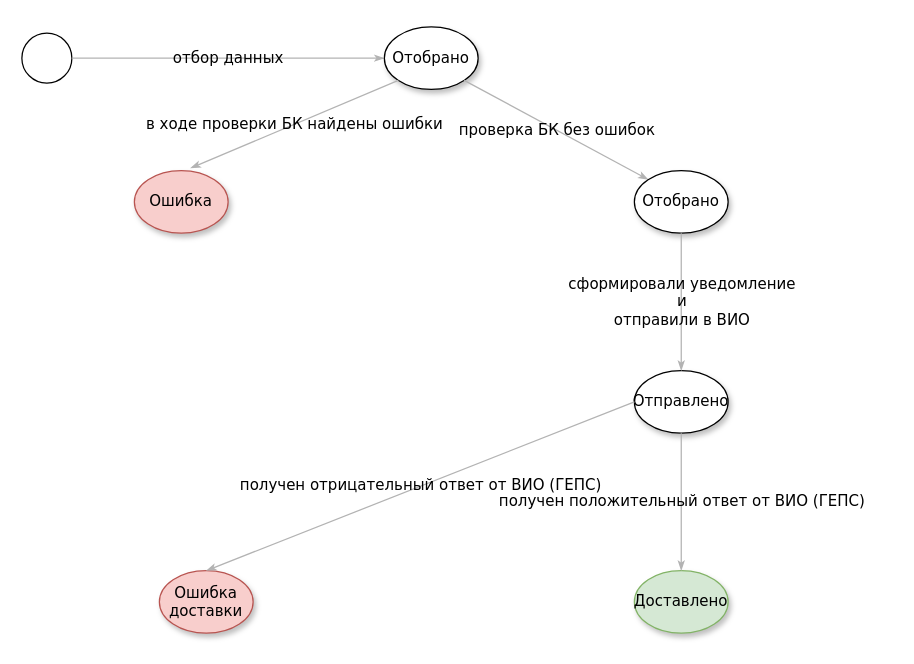
Above: page "ЗЛ" (2 of 2) of статусы инициативного формирования.drawio in MaxMoto1702/draw.io (draw.io), before the change. Source tidied: cells renumbered, new cells numbered last; positions are measured from the earlier drawing's top-left corner, leaving out a move shared by most shapes. Both pictures are drawn from the tidied source at 125%, with x=0, y=0 at pixel (21, 26).
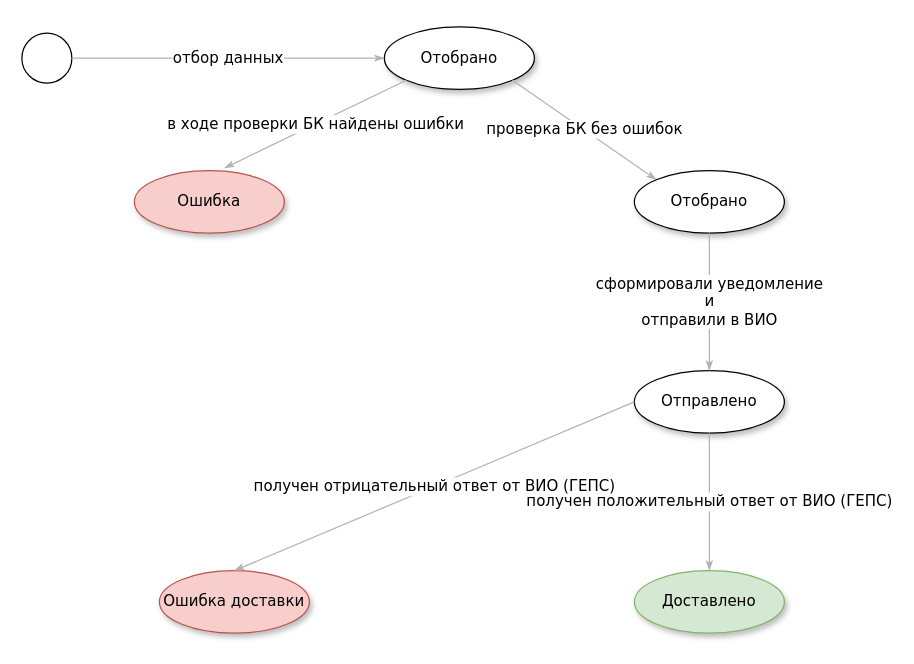
The same page after the edit.

What changed in the source:
```diff
@@
 <mxGraphModel>
   <root>
     <mxCell id="0" />
     <mxCell id="1" parent="0" />
     <mxCell id="2" style="ellipse;whiteSpace=wrap;html=1;" parent="1" vertex="1">
       <mxGeometry y="5" width="40" height="40" as="geometry" />
     </mxCell>
-    <mxCell id="3" value="отбор данных" style="edgeStyle=none;rounded=1;html=1;labelBackgroundColor=none;startArrow=none;startFill=0;startSize=5;endArrow=classicThin;endFill=1;endSize=5;jettySize=auto;strokeColor=#B3B3B3;strokeWidth=1;fontFamily=Verdana;fontSize=12;exitX=1;exitY=0.5;exitDx=0;exitDy=0;entryX=0;entryY=0.5;entryDx=0;entryDy=0;" parent="1" edge="1" source="2" target="4">
+    <mxCell id="3" value="отбор данных" style="edgeStyle=none;rounded=1;html=1;labelBackgroundColor=default;startArrow=none;startFill=0;startSize=5;endArrow=classicThin;endFill=1;endSize=5;jettySize=auto;strokeColor=#B3B3B3;strokeWidth=1;fontFamily=Verdana;fontSize=12;exitX=1;exitY=0.5;exitDx=0;exitDy=0;entryX=0;entryY=0.5;entryDx=0;entryDy=0;" parent="1" edge="1" source="2" target="4">
       <mxGeometry relative="1" as="geometry" />
     </mxCell>
     <mxCell id="4" value="Отобрано" style="ellipse;whiteSpace=wrap;html=1;rounded=0;shadow=1;comic=0;labelBackgroundColor=none;strokeWidth=1;fontFamily=Verdana;fontSize=12;align=center;" parent="1" vertex="1">
-      <mxGeometry x="290" width="75" height="50" as="geometry" />
+      <mxGeometry x="290" width="120" height="50" as="geometry" />
     </mxCell>
     <mxCell id="5" value="Ошибка" style="ellipse;whiteSpace=wrap;html=1;rounded=0;shadow=1;comic=0;labelBackgroundColor=none;strokeWidth=1;fontFamily=Verdana;fontSize=12;align=center;fillColor=#f8cecc;strokeColor=#b85450;" parent="1" vertex="1">
-      <mxGeometry x="90" y="115" width="75" height="50" as="geometry" />
+      <mxGeometry x="90" y="115" width="120" height="50" as="geometry" />
     </mxCell>
-    <mxCell id="6" value="проверка БК без ошибок" style="edgeStyle=none;rounded=1;html=1;labelBackgroundColor=none;startArrow=none;startFill=0;startSize=5;endArrow=classicThin;endFill=1;endSize=5;jettySize=auto;strokeColor=#B3B3B3;strokeWidth=1;fontFamily=Verdana;fontSize=12;exitX=1;exitY=1;exitDx=0;exitDy=0;entryX=0;entryY=0;entryDx=0;entryDy=0;" parent="1" edge="1" source="4" target="7">
+    <mxCell id="6" value="проверка БК без ошибок" style="edgeStyle=none;rounded=1;html=1;labelBackgroundColor=default;startArrow=none;startFill=0;startSize=5;endArrow=classicThin;endFill=1;endSize=5;jettySize=auto;strokeColor=#B3B3B3;strokeWidth=1;fontFamily=Verdana;fontSize=12;exitX=1;exitY=1;exitDx=0;exitDy=0;entryX=0;entryY=0;entryDx=0;entryDy=0;" parent="1" edge="1" source="4" target="7">
       <mxGeometry relative="1" as="geometry" />
     </mxCell>
     <mxCell id="7" value="Отобрано" style="ellipse;whiteSpace=wrap;html=1;rounded=0;shadow=1;comic=0;labelBackgroundColor=none;strokeWidth=1;fontFamily=Verdana;fontSize=12;align=center;" parent="1" vertex="1">
-      <mxGeometry x="490" y="115" width="75" height="50" as="geometry" />
+      <mxGeometry x="490" y="115" width="120" height="50" as="geometry" />
     </mxCell>
-    <mxCell id="8" value="в ходе проверки БК найдены ошибки" style="edgeStyle=none;rounded=1;html=1;labelBackgroundColor=none;startArrow=none;startFill=0;startSize=5;endArrow=classicThin;endFill=1;endSize=5;jettySize=auto;strokeColor=#B3B3B3;strokeWidth=1;fontFamily=Verdana;fontSize=12;exitX=0;exitY=1;exitDx=0;exitDy=0;entryX=0.6;entryY=-0.04;entryDx=0;entryDy=0;entryPerimeter=0;" parent="1" edge="1" source="4" target="5">
+    <mxCell id="8" value="в ходе проверки БК найдены ошибки" style="edgeStyle=none;rounded=1;html=1;labelBackgroundColor=default;startArrow=none;startFill=0;startSize=5;endArrow=classicThin;endFill=1;endSize=5;jettySize=auto;strokeColor=#B3B3B3;strokeWidth=1;fontFamily=Verdana;fontSize=12;exitX=0;exitY=1;exitDx=0;exitDy=0;entryX=0.6;entryY=-0.04;entryDx=0;entryDy=0;entryPerimeter=0;" parent="1" edge="1" source="4" target="5">
       <mxGeometry relative="1" as="geometry" />
     </mxCell>
     <mxCell id="9" value="Отправлено" style="ellipse;whiteSpace=wrap;html=1;rounded=0;shadow=1;comic=0;labelBackgroundColor=none;strokeWidth=1;fontFamily=Verdana;fontSize=12;align=center;" parent="1" vertex="1">
-      <mxGeometry x="490" y="275" width="75" height="50" as="geometry" />
+      <mxGeometry x="490" y="275" width="120" height="50" as="geometry" />
     </mxCell>
-    <mxCell id="10" value="сформировали уведомление&lt;br&gt;и&lt;br&gt;отправили в ВИО" style="edgeStyle=none;rounded=1;html=1;labelBackgroundColor=none;startArrow=none;startFill=0;startSize=5;endArrow=classicThin;endFill=1;endSize=5;jettySize=auto;strokeColor=#B3B3B3;strokeWidth=1;fontFamily=Verdana;fontSize=12;exitX=0.5;exitY=1;exitDx=0;exitDy=0;entryX=0.5;entryY=0;entryDx=0;entryDy=0;" parent="1" edge="1" source="7" target="9">
+    <mxCell id="10" value="сформировали уведомление&lt;br&gt;и&lt;br&gt;отправили в ВИО" style="edgeStyle=none;rounded=1;html=1;labelBackgroundColor=default;startArrow=none;startFill=0;startSize=5;endArrow=classicThin;endFill=1;endSize=5;jettySize=auto;strokeColor=#B3B3B3;strokeWidth=1;fontFamily=Verdana;fontSize=12;exitX=0.5;exitY=1;exitDx=0;exitDy=0;entryX=0.5;entryY=0;entryDx=0;entryDy=0;" parent="1" edge="1" source="7" target="9">
       <mxGeometry relative="1" as="geometry" />
     </mxCell>
     <mxCell id="11" value="Доставлено" style="ellipse;whiteSpace=wrap;html=1;rounded=0;shadow=1;comic=0;labelBackgroundColor=none;strokeWidth=1;fontFamily=Verdana;fontSize=12;align=center;fillColor=#d5e8d4;strokeColor=#82b366;" parent="1" vertex="1">
-      <mxGeometry x="490" y="435" width="75" height="50" as="geometry" />
+      <mxGeometry x="490" y="435" width="120" height="50" as="geometry" />
     </mxCell>
-    <mxCell id="12" value="получен положительный ответ от ВИО (ГЕПС)" style="edgeStyle=none;rounded=1;html=1;labelBackgroundColor=none;startArrow=none;startFill=0;startSize=5;endArrow=classicThin;endFill=1;endSize=5;jettySize=auto;strokeColor=#B3B3B3;strokeWidth=1;fontFamily=Verdana;fontSize=12;entryX=0.5;entryY=0;entryDx=0;entryDy=0;exitX=0.5;exitY=1;exitDx=0;exitDy=0;" parent="1" edge="1" source="9" target="11">
+    <mxCell id="12" value="получен положительный ответ от ВИО (ГЕПС)" style="edgeStyle=none;rounded=1;html=1;labelBackgroundColor=default;startArrow=none;startFill=0;startSize=5;endArrow=classicThin;endFill=1;endSize=5;jettySize=auto;strokeColor=#B3B3B3;strokeWidth=1;fontFamily=Verdana;fontSize=12;entryX=0.5;entryY=0;entryDx=0;entryDy=0;exitX=0.5;exitY=1;exitDx=0;exitDy=0;" parent="1" edge="1" source="9" target="11">
       <mxGeometry relative="1" as="geometry" />
     </mxCell>
     <mxCell id="13" value="Ошибка доставки" style="ellipse;whiteSpace=wrap;html=1;rounded=0;shadow=1;comic=0;labelBackgroundColor=none;strokeWidth=1;fontFamily=Verdana;fontSize=12;align=center;fillColor=#f8cecc;strokeColor=#b85450;" parent="1" vertex="1">
-      <mxGeometry x="110" y="435" width="75" height="50" as="geometry" />
+      <mxGeometry x="110" y="435" width="120" height="50" as="geometry" />
     </mxCell>
-    <mxCell id="14" value="получен отрицательный ответ от ВИО (ГЕПС)" style="edgeStyle=none;rounded=1;html=1;labelBackgroundColor=none;startArrow=none;startFill=0;startSize=5;endArrow=classicThin;endFill=1;endSize=5;jettySize=auto;strokeColor=#B3B3B3;strokeWidth=1;fontFamily=Verdana;fontSize=12;entryX=0.5;entryY=0;entryDx=0;entryDy=0;exitX=0;exitY=0.5;exitDx=0;exitDy=0;" parent="1" edge="1" source="9" target="13">
+    <mxCell id="14" value="получен отрицательный ответ от ВИО (ГЕПС)" style="edgeStyle=none;rounded=1;html=1;labelBackgroundColor=default;startArrow=none;startFill=0;startSize=5;endArrow=classicThin;endFill=1;endSize=5;jettySize=auto;strokeColor=#B3B3B3;strokeWidth=1;fontFamily=Verdana;fontSize=12;entryX=0.5;entryY=0;entryDx=0;entryDy=0;exitX=0;exitY=0.5;exitDx=0;exitDy=0;" parent="1" edge="1" source="9" target="13">
       <mxGeometry relative="1" as="geometry" />
     </mxCell>
   </root>
 </mxGraphModel>
```
